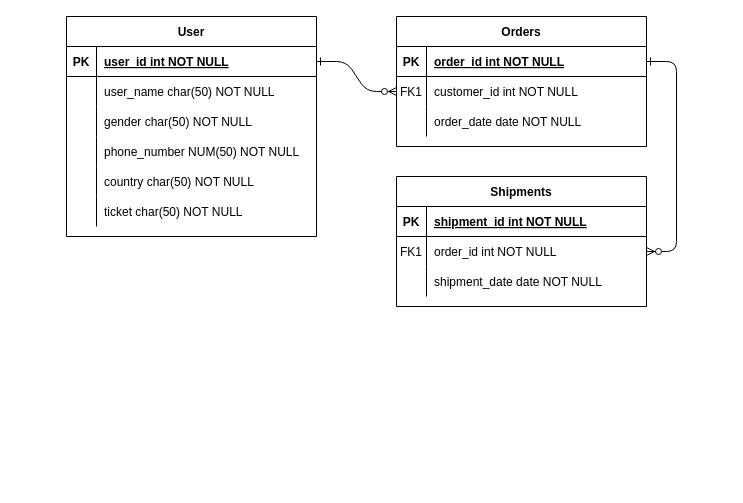
The draw.io diagram Untitled Diagram.drawio in SimonGideon/CODSOFT, before the edit. Source tidied: cells renumbered, new cells numbered last; positions are measured from the earlier drawing's top-left corner, leaving out a move shared by most shapes. Both pictures are drawn from the tidied source at 100%, with x=0, y=0 at pixel (66, 16).
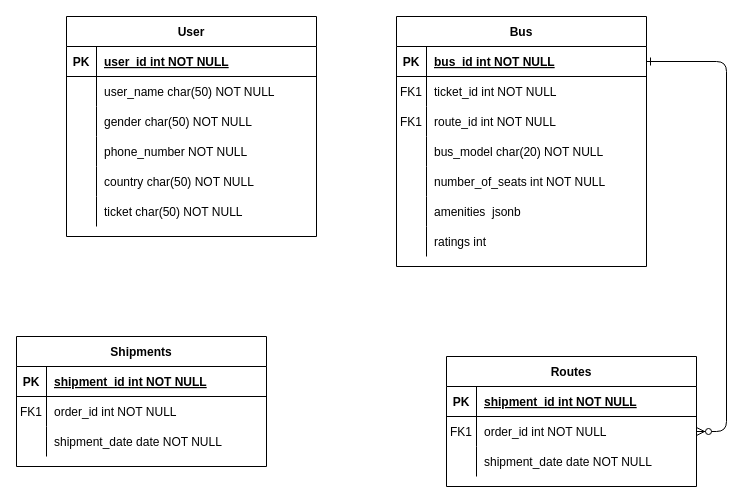
The same page after the edit.

Commit message:
Add bus components

Unchanged cells that the change refers to:
```xml
<mxCell id="5" style="shape=partialRectangle;fillColor=none;points=[[0,0.5],[1,0.5]];portConstraint=eastwest;top=0;left=0;right=0;bottom=1;" parent="4" vertex="1">
  <mxGeometry y="30" width="250" height="30" as="geometry" />
</mxCell>
<mxCell id="8" style="shape=partialRectangle;fillColor=none;points=[[0,0.5],[1,0.5]];portConstraint=eastwest;top=0;left=0;right=0;bottom=0;" parent="4" vertex="1">
  <mxGeometry y="60" width="250" height="30" as="geometry" />
</mxCell>
<mxCell id="25" style="shape=partialRectangle;fillColor=none;points=[[0,0.5],[1,0.5]];portConstraint=eastwest;top=0;left=0;right=0;bottom=1;" parent="24" vertex="1">
  <mxGeometry y="30" width="250" height="30" as="geometry" />
</mxCell>
<mxCell id="34" style="shape=partialRectangle;fillColor=none;top=0;left=0;right=0;bottom=0;" parent="24" vertex="1">
  <mxGeometry y="120" width="250" height="30" as="geometry" />
</mxCell>
```

Change to the diagram source:
```diff
@@
-    <mxCell id="2" style="edgeStyle=entityRelationEdgeStyle;endArrow=ERzeroToMany;startArrow=ERone;endFill=1;startFill=0;" parent="1" edge="1" source="25" target="8">
-      <mxGeometry relative="1" as="geometry" />
-    </mxCell>
@@
-    <mxCell id="4" value="Orders" style="shape=table;startSize=30;childLayout=tableLayout;rowLines=0;fontStyle=1;align=center;" parent="1" vertex="1">
-      <mxGeometry x="330" width="250" height="130" as="geometry" />
+    <mxCell id="4" value="Bus" style="shape=table;startSize=30;childLayout=tableLayout;rowLines=0;fontStyle=1;align=center;" parent="1" vertex="1">
+      <mxGeometry x="330" width="250" height="250" as="geometry" />
     </mxCell>
@@
-    <mxCell id="7" value="order_id int NOT NULL " style="shape=partialRectangle;overflow=hidden;fillColor=none;top=0;left=0;bottom=0;right=0;align=left;spacingLeft=6;fontStyle=5;" parent="5" vertex="1">
+    <mxCell id="7" value="bus_id int NOT NULL " style="shape=partialRectangle;overflow=hidden;fillColor=none;top=0;left=0;bottom=0;right=0;align=left;spacingLeft=6;fontStyle=5;" parent="5" vertex="1">
       <mxGeometry x="30" width="220" height="30" as="geometry" />
     </mxCell>
@@
-    <mxCell id="10" value="customer_id int NOT NULL" style="shape=partialRectangle;overflow=hidden;fillColor=none;top=0;left=0;bottom=0;right=0;align=left;spacingLeft=6;" parent="8" vertex="1">
+    <mxCell id="10" value="ticket_id int NOT NULL" style="shape=partialRectangle;overflow=hidden;fillColor=none;top=0;left=0;bottom=0;right=0;align=left;spacingLeft=6;" parent="8" vertex="1">
       <mxGeometry x="30" width="220" height="30" as="geometry" />
     </mxCell>
+    <mxCell id="43" style="shape=partialRectangle;fillColor=none;top=0;left=0;right=0;bottom=0;" parent="4" vertex="1">
+      <mxGeometry y="90" width="250" height="30" as="geometry" />
+    </mxCell>
+    <mxCell id="44" value="FK1" style="shape=partialRectangle;overflow=hidden;fillColor=none;top=0;left=0;bottom=0;right=0;" parent="43" vertex="1">
+      <mxGeometry width="30" height="30" as="geometry" />
+    </mxCell>
+    <mxCell id="45" value="route_id int NOT NULL" style="shape=partialRectangle;overflow=hidden;fillColor=none;top=0;left=0;bottom=0;right=0;align=left;spacingLeft=6;" parent="43" vertex="1">
+      <mxGeometry x="30" width="220" height="30" as="geometry" />
+    </mxCell>
     <mxCell id="11" style="shape=partialRectangle;fillColor=none;top=0;left=0;right=0;bottom=0;" parent="4" vertex="1">
-      <mxGeometry y="90" width="250" height="30" as="geometry" />
+      <mxGeometry y="120" width="250" height="30" as="geometry" />
     </mxCell>
@@
-    <mxCell id="13" value="order_date date NOT NULL" style="shape=partialRectangle;overflow=hidden;fillColor=none;top=0;left=0;bottom=0;right=0;align=left;spacingLeft=6;" parent="11" vertex="1">
+    <mxCell id="13" value="bus_model char(20) NOT NULL" style="shape=partialRectangle;overflow=hidden;fillColor=none;top=0;left=0;bottom=0;right=0;align=left;spacingLeft=6;" parent="11" vertex="1">
       <mxGeometry x="30" width="220" height="30" as="geometry" />
     </mxCell>
+    <mxCell id="46" style="shape=partialRectangle;fillColor=none;top=0;left=0;right=0;bottom=0;" parent="4" vertex="1">
+      <mxGeometry y="150" width="250" height="30" as="geometry" />
+    </mxCell>
+    <mxCell id="47" style="shape=partialRectangle;overflow=hidden;fillColor=none;top=0;left=0;bottom=0;right=0;" parent="46" vertex="1">
+      <mxGeometry width="30" height="30" as="geometry" />
+    </mxCell>
+    <mxCell id="48" value="number_of_seats int NOT NULL" style="shape=partialRectangle;overflow=hidden;fillColor=none;top=0;left=0;bottom=0;right=0;align=left;spacingLeft=6;" parent="46" vertex="1">
+      <mxGeometry x="30" width="220" height="30" as="geometry" />
+    </mxCell>
+    <mxCell id="49" style="shape=partialRectangle;fillColor=none;top=0;left=0;right=0;bottom=0;" parent="4" vertex="1">
+      <mxGeometry y="180" width="250" height="30" as="geometry" />
+    </mxCell>
+    <mxCell id="50" style="shape=partialRectangle;overflow=hidden;fillColor=none;top=0;left=0;bottom=0;right=0;" parent="49" vertex="1">
+      <mxGeometry width="30" height="30" as="geometry" />
+    </mxCell>
+    <mxCell id="51" value="amenities  jsonb" style="shape=partialRectangle;overflow=hidden;fillColor=none;top=0;left=0;bottom=0;right=0;align=left;spacingLeft=6;" parent="49" vertex="1">
+      <mxGeometry x="30" width="220" height="30" as="geometry" />
+    </mxCell>
+    <mxCell id="52" style="shape=partialRectangle;fillColor=none;top=0;left=0;right=0;bottom=0;" parent="4" vertex="1">
+      <mxGeometry y="210" width="250" height="30" as="geometry" />
+    </mxCell>
+    <mxCell id="53" style="shape=partialRectangle;overflow=hidden;fillColor=none;top=0;left=0;bottom=0;right=0;" parent="52" vertex="1">
+      <mxGeometry width="30" height="30" as="geometry" />
+    </mxCell>
+    <mxCell id="54" value="ratings int" style="shape=partialRectangle;overflow=hidden;fillColor=none;top=0;left=0;bottom=0;right=0;align=left;spacingLeft=6;" parent="52" vertex="1">
+      <mxGeometry x="30" width="220" height="30" as="geometry" />
+    </mxCell>
-    <mxCell id="14" value="Shipments" style="shape=table;startSize=30;childLayout=tableLayout;rowLines=0;fontStyle=1;align=center;" parent="1" vertex="1">
-      <mxGeometry x="330" y="160" width="250" height="130" as="geometry" />
+    <mxCell id="14" value="Routes" style="shape=table;startSize=30;childLayout=tableLayout;rowLines=0;fontStyle=1;align=center;" parent="1" vertex="1">
+      <mxGeometry x="380" y="340" width="250" height="130" as="geometry" />
     </mxCell>
@@
-    <mxCell id="36" value="phone_number NUM(50) NOT NULL" style="shape=partialRectangle;overflow=hidden;fillColor=none;top=0;left=0;bottom=0;right=0;align=left;spacingLeft=6;" parent="34" vertex="1">
+    <mxCell id="36" value="phone_number NOT NULL" style="shape=partialRectangle;overflow=hidden;fillColor=none;top=0;left=0;bottom=0;right=0;align=left;spacingLeft=6;" parent="34" vertex="1">
       <mxGeometry x="30" width="220" height="30" as="geometry" />
     </mxCell>
@@
+    <mxCell id="55" value="Shipments" style="shape=table;startSize=30;childLayout=tableLayout;rowLines=0;fontStyle=1;align=center;" parent="1" vertex="1">
+      <mxGeometry x="-50" y="320" width="250" height="130" as="geometry" />
+    </mxCell>
+    <mxCell id="56" style="shape=partialRectangle;fillColor=none;top=0;left=0;right=0;bottom=1;" parent="55" vertex="1">
+      <mxGeometry y="30" width="250" height="30" as="geometry" />
+    </mxCell>
+    <mxCell id="57" value="PK" style="shape=partialRectangle;overflow=hidden;fillColor=none;top=0;left=0;bottom=0;right=0;fontStyle=1;" parent="56" vertex="1">
+      <mxGeometry width="30" height="30" as="geometry" />
+    </mxCell>
+    <mxCell id="58" value="shipment_id int NOT NULL " style="shape=partialRectangle;overflow=hidden;fillColor=none;top=0;left=0;bottom=0;right=0;align=left;spacingLeft=6;fontStyle=5;" parent="56" vertex="1">
+      <mxGeometry x="30" width="220" height="30" as="geometry" />
+    </mxCell>
+    <mxCell id="59" style="shape=partialRectangle;fillColor=none;top=0;left=0;right=0;bottom=0;" parent="55" vertex="1">
+      <mxGeometry y="60" width="250" height="30" as="geometry" />
+    </mxCell>
+    <mxCell id="60" value="FK1" style="shape=partialRectangle;overflow=hidden;fillColor=none;top=0;left=0;bottom=0;right=0;" parent="59" vertex="1">
+      <mxGeometry width="30" height="30" as="geometry" />
+    </mxCell>
+    <mxCell id="61" value="order_id int NOT NULL" style="shape=partialRectangle;overflow=hidden;fillColor=none;top=0;left=0;bottom=0;right=0;align=left;spacingLeft=6;" parent="59" vertex="1">
+      <mxGeometry x="30" width="220" height="30" as="geometry" />
+    </mxCell>
+    <mxCell id="62" style="shape=partialRectangle;fillColor=none;top=0;left=0;right=0;bottom=0;" parent="55" vertex="1">
+      <mxGeometry y="90" width="250" height="30" as="geometry" />
+    </mxCell>
+    <mxCell id="63" style="shape=partialRectangle;overflow=hidden;fillColor=none;top=0;left=0;bottom=0;right=0;" parent="62" vertex="1">
+      <mxGeometry width="30" height="30" as="geometry" />
+    </mxCell>
+    <mxCell id="64" value="shipment_date date NOT NULL" style="shape=partialRectangle;overflow=hidden;fillColor=none;top=0;left=0;bottom=0;right=0;align=left;spacingLeft=6;" parent="62" vertex="1">
+      <mxGeometry x="30" width="220" height="30" as="geometry" />
+    </mxCell>
```
